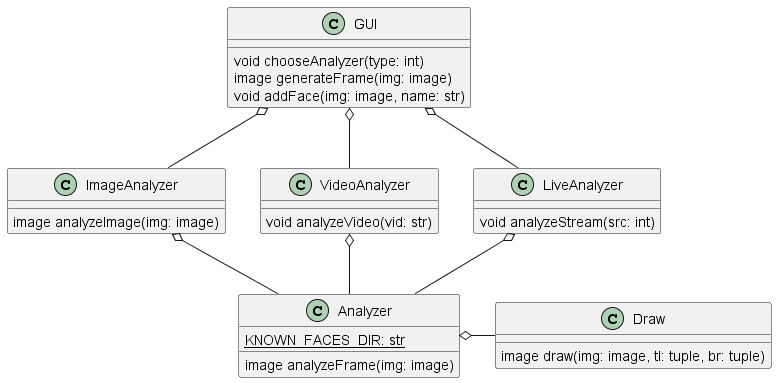
Earlier version of the PlantUML export docs/diagrams/out/vision-id-class.png (mhuybregts/vision-id).
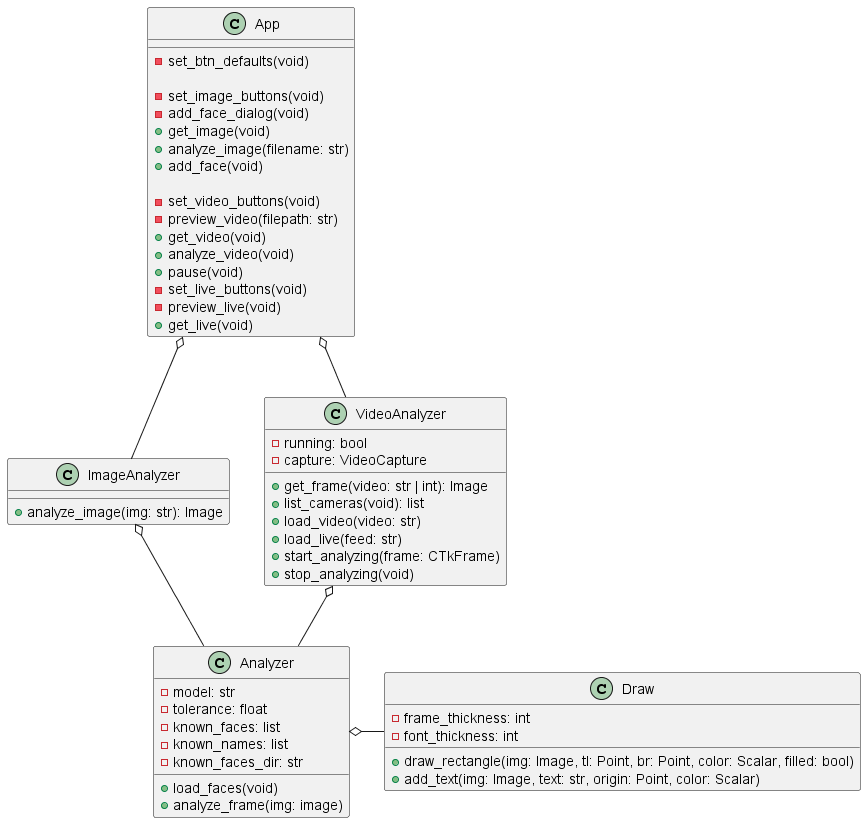
Above is the later version.

What changed in the source:
```diff
@@ -1,37 +1,60 @@
 @startuml vision-id-class
-class GUI {
-    void chooseAnalyzer(type: int)
-    image generateFrame(img: image)
-    void addFace(img: image, name: str)
+class App {
+    -set_btn_defaults(void)
+
+    -set_image_buttons(void)
+    -add_face_dialog(void)
+    +get_image(void)
+    +analyze_image(filename: str)
+    +add_face(void)
+
+    -set_video_buttons(void)
+    -preview_video(filepath: str)
+    +get_video(void)
+    +analyze_video(void)
+    +pause(void)
+    -set_live_buttons(void)
+    -preview_live(void)
+    +get_live(void)
 }
 
 class Analyzer {
-    {static} KNOWN_FACES_DIR: str
-    image analyzeFrame(img: image)
+    -model: str
+    -tolerance: float
+    -known_faces: list
+    -known_names: list
+    -known_faces_dir: str
+    +load_faces(void)
+    +analyze_frame(img: image)
 }
 
 class Draw {
-    image draw(img: image, tl: tuple, br: tuple)
+    -frame_thickness: int
+    -font_thickness: int
+    +draw_rectangle(img: Image, tl: Point, br: Point, color: Scalar, filled: bool)
+    +add_text(img: Image, text: str, origin: Point, color: Scalar)
 }
 
 class ImageAnalyzer {
-    image analyzeImage(img: image)
+    +analyze_image(img: str): Image
 }
 class VideoAnalyzer {
-    void analyzeVideo(vid: str)
-}
-class LiveAnalyzer {
-    void analyzeStream(src: int)
+    -running: bool
+    -capture: VideoCapture
+    +get_frame(video: str | int): Image
+    +list_cameras(void): list
+    +load_video(video: str)
+    +load_live(feed: str)
+    +start_analyzing(frame: CTkFrame)
+    +stop_analyzing(void)
 }
 
-GUI o-- ImageAnalyzer
-GUI o-- VideoAnalyzer
-GUI o-- LiveAnalyzer
+App o-- ImageAnalyzer
+App o-- VideoAnalyzer
 
 Analyzer o- Draw
 
 ImageAnalyzer o-- Analyzer
 VideoAnalyzer o-- Analyzer
-LiveAnalyzer o-- Analyzer
 
 @enduml
```
